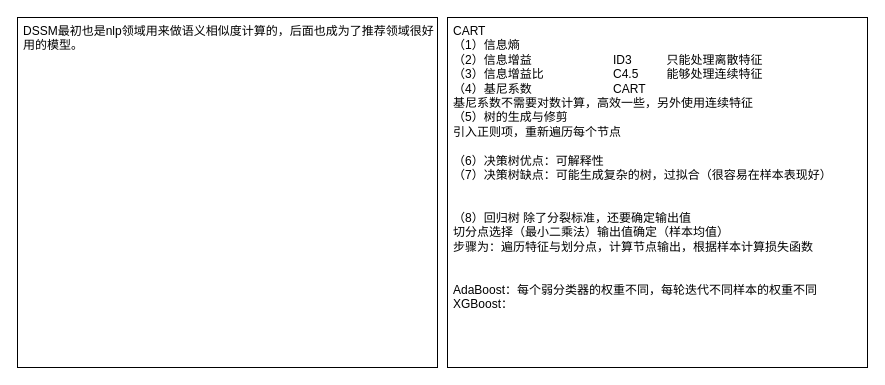
Earlier version of the draw.io diagram 树模型.drawio (limpid-11/drawio). Source tidied: cells renumbered, new cells numbered last; positions are measured from the earlier drawing's top-left corner, leaving out a move shared by most shapes. Both pictures are drawn from the tidied source at 100%, with x=0, y=0 at pixel (17, 17).
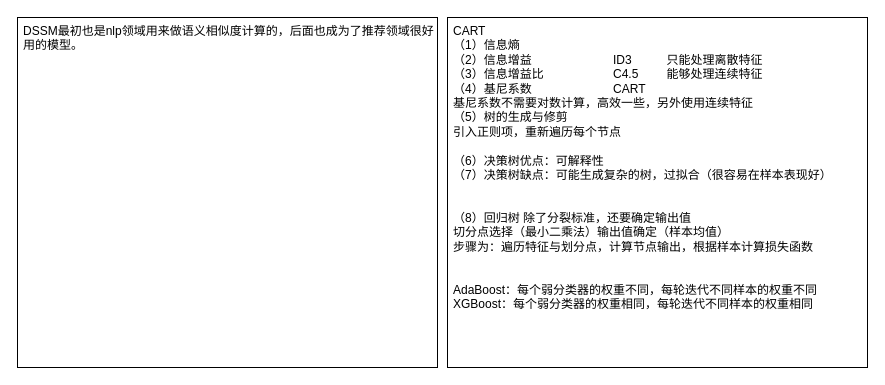
Above is the later version.

Commit message:
更新树模型.drawio

The edit, as a diff of the source:
```diff
@@
 <mxGraphModel>
   <root>
     <mxCell id="0" />
     <mxCell id="1" parent="0" />
-    <mxCell id="2" value="CART&lt;div&gt;（1）信息熵&lt;span style=&quot;white-space: pre;&quot;&gt;&#9;&lt;/span&gt;&lt;span style=&quot;white-space: pre;&quot;&gt;&#9;&lt;/span&gt;&lt;span style=&quot;white-space: pre;&quot;&gt;&#9;&lt;/span&gt;&lt;span style=&quot;white-space: pre;&quot;&gt;&#9;&lt;/span&gt;&lt;/div&gt;&lt;div&gt;（2）信息增益&lt;span style=&quot;white-space: pre;&quot;&gt;&#9;&lt;/span&gt;&lt;span style=&quot;white-space: pre;&quot;&gt;&#9;&lt;/span&gt;&lt;span style=&quot;white-space: pre;&quot;&gt;&#9;&lt;/span&gt;&lt;span style=&quot;background-color: initial;&quot;&gt;ID3 &lt;span style=&quot;white-space: pre;&quot;&gt;&#9;&lt;/span&gt;&lt;span style=&quot;white-space: pre;&quot;&gt;&#9;&lt;/span&gt;只能处理离散特征&lt;/span&gt;&lt;/div&gt;&lt;div&gt;（3）信息增益比&lt;span style=&quot;white-space: pre;&quot;&gt;&#9;&lt;/span&gt;&lt;span style=&quot;white-space: pre;&quot;&gt;&#9;&lt;/span&gt;&lt;span style=&quot;white-space: pre;&quot;&gt;&#9;&lt;/span&gt;C4.5&lt;span style=&quot;white-space: pre;&quot;&gt;&#9;&lt;/span&gt;能够处理连续特征&lt;/div&gt;&lt;div&gt;（4）基尼系数&lt;span style=&quot;white-space: pre;&quot;&gt;&#9;&lt;/span&gt;&lt;span style=&quot;white-space: pre;&quot;&gt;&#9;&lt;/span&gt;&lt;span style=&quot;white-space: pre;&quot;&gt;&#9;&lt;/span&gt;CART&lt;span style=&quot;white-space: pre;&quot;&gt;&#9;&lt;/span&gt;&lt;/div&gt;&lt;div&gt;基尼系数不需要对数计算，高效一些，另外使用连续特征&lt;/div&gt;&lt;div&gt;（5）树的生成与修剪&lt;/div&gt;&lt;div&gt;引入正则项，重新遍历每个节点&lt;/div&gt;&lt;div&gt;&lt;br&gt;&lt;/div&gt;&lt;div&gt;（6）决策树优点：可解释性&lt;/div&gt;&lt;div&gt;（7）决策树缺点：可能生成复杂的树，过拟合（很容易在样本表现好）&lt;/div&gt;&lt;div&gt;&lt;br&gt;&lt;/div&gt;&lt;div&gt;&lt;br&gt;&lt;/div&gt;&lt;div&gt;（8）回归树 除了分裂标准，还要确定输出值&lt;/div&gt;&lt;div&gt;切分点选择（最小二乘法）输出值确定（样本均值）&lt;/div&gt;&lt;div&gt;步骤为：遍历特征与划分点，计算节点输出，根据样本计算损失函数&lt;/div&gt;&lt;div&gt;&lt;br&gt;&lt;/div&gt;&lt;div&gt;&lt;br&gt;&lt;/div&gt;&lt;div&gt;AdaBoost：每个弱分类器的权重不同，每轮迭代不同样本的权重不同&lt;/div&gt;&lt;div&gt;XGBoost：&lt;/div&gt;&lt;div&gt;&lt;br&gt;&lt;/div&gt;" style="rounded=0;whiteSpace=wrap;html=1;align=left;verticalAlign=top;spacingLeft=4;" parent="1" vertex="1">
+    <mxCell id="2" value="CART&lt;div&gt;（1）信息熵&lt;span style=&quot;white-space: pre;&quot;&gt;&#9;&lt;/span&gt;&lt;span style=&quot;white-space: pre;&quot;&gt;&#9;&lt;/span&gt;&lt;span style=&quot;white-space: pre;&quot;&gt;&#9;&lt;/span&gt;&lt;span style=&quot;white-space: pre;&quot;&gt;&#9;&lt;/span&gt;&lt;/div&gt;&lt;div&gt;（2）信息增益&lt;span style=&quot;white-space: pre;&quot;&gt;&#9;&lt;/span&gt;&lt;span style=&quot;white-space: pre;&quot;&gt;&#9;&lt;/span&gt;&lt;span style=&quot;white-space: pre;&quot;&gt;&#9;&lt;/span&gt;&lt;span style=&quot;background-color: initial;&quot;&gt;ID3 &lt;span style=&quot;white-space: pre;&quot;&gt;&#9;&lt;/span&gt;&lt;span style=&quot;white-space: pre;&quot;&gt;&#9;&lt;/span&gt;只能处理离散特征&lt;/span&gt;&lt;/div&gt;&lt;div&gt;（3）信息增益比&lt;span style=&quot;white-space: pre;&quot;&gt;&#9;&lt;/span&gt;&lt;span style=&quot;white-space: pre;&quot;&gt;&#9;&lt;/span&gt;&lt;span style=&quot;white-space: pre;&quot;&gt;&#9;&lt;/span&gt;C4.5&lt;span style=&quot;white-space: pre;&quot;&gt;&#9;&lt;/span&gt;能够处理连续特征&lt;/div&gt;&lt;div&gt;（4）基尼系数&lt;span style=&quot;white-space: pre;&quot;&gt;&#9;&lt;/span&gt;&lt;span style=&quot;white-space: pre;&quot;&gt;&#9;&lt;/span&gt;&lt;span style=&quot;white-space: pre;&quot;&gt;&#9;&lt;/span&gt;CART&lt;span style=&quot;white-space: pre;&quot;&gt;&#9;&lt;/span&gt;&lt;/div&gt;&lt;div&gt;基尼系数不需要对数计算，高效一些，另外使用连续特征&lt;/div&gt;&lt;div&gt;（5）树的生成与修剪&lt;/div&gt;&lt;div&gt;引入正则项，重新遍历每个节点&lt;/div&gt;&lt;div&gt;&lt;br&gt;&lt;/div&gt;&lt;div&gt;（6）决策树优点：可解释性&lt;/div&gt;&lt;div&gt;（7）决策树缺点：可能生成复杂的树，过拟合（很容易在样本表现好）&lt;/div&gt;&lt;div&gt;&lt;br&gt;&lt;/div&gt;&lt;div&gt;&lt;br&gt;&lt;/div&gt;&lt;div&gt;（8）回归树 除了分裂标准，还要确定输出值&lt;/div&gt;&lt;div&gt;切分点选择（最小二乘法）输出值确定（样本均值）&lt;/div&gt;&lt;div&gt;步骤为：遍历特征与划分点，计算节点输出，根据样本计算损失函数&lt;/div&gt;&lt;div&gt;&lt;br&gt;&lt;/div&gt;&lt;div&gt;&lt;br&gt;&lt;/div&gt;&lt;div&gt;AdaBoost：每个弱分类器的权重不同，每轮迭代不同样本的权重不同&lt;/div&gt;&lt;div&gt;XGBoost：&lt;span style=&quot;background-color: initial;&quot;&gt;每个弱分类器的权重相同，每轮迭代不同样本的权重相同&lt;/span&gt;&lt;/div&gt;&lt;div&gt;&lt;br&gt;&lt;/div&gt;" style="rounded=0;whiteSpace=wrap;html=1;align=left;verticalAlign=top;spacingLeft=4;" parent="1" vertex="1">
       <mxGeometry x="430" width="420" height="350" as="geometry" />
     </mxCell>
     <mxCell id="3" value="&lt;div&gt;DSSM最初也是nlp领域用来做语义相似度计算的，后面也成为了推荐领域很好用的模型。&lt;/div&gt;" style="rounded=0;whiteSpace=wrap;html=1;align=left;verticalAlign=top;spacingLeft=4;" parent="1" vertex="1">
       <mxGeometry width="420" height="350" as="geometry" />
     </mxCell>
   </root>
 </mxGraphModel>
```
